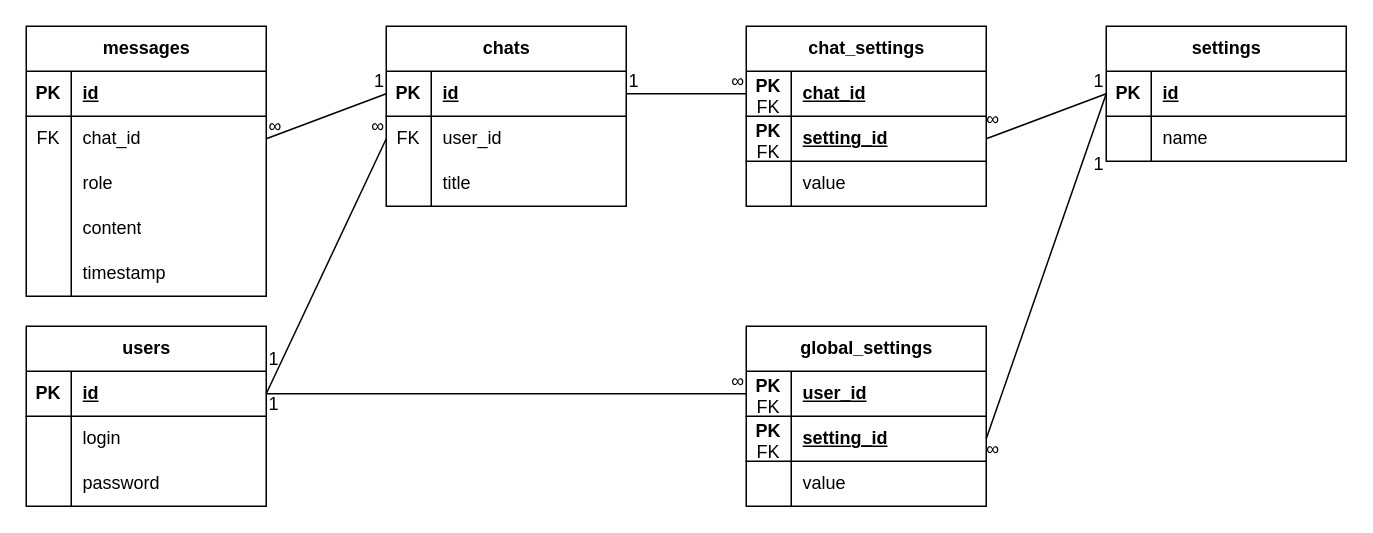
The draw.io diagram db.drawio in Wynneve/APIChat, before the edit. Source tidied: cells renumbered, new cells numbered last; positions are measured from the earlier drawing's top-left corner, leaving out a move shared by most shapes. Both pictures are drawn from the tidied source at 150%, with x=0, y=0 at pixel (26, 26).
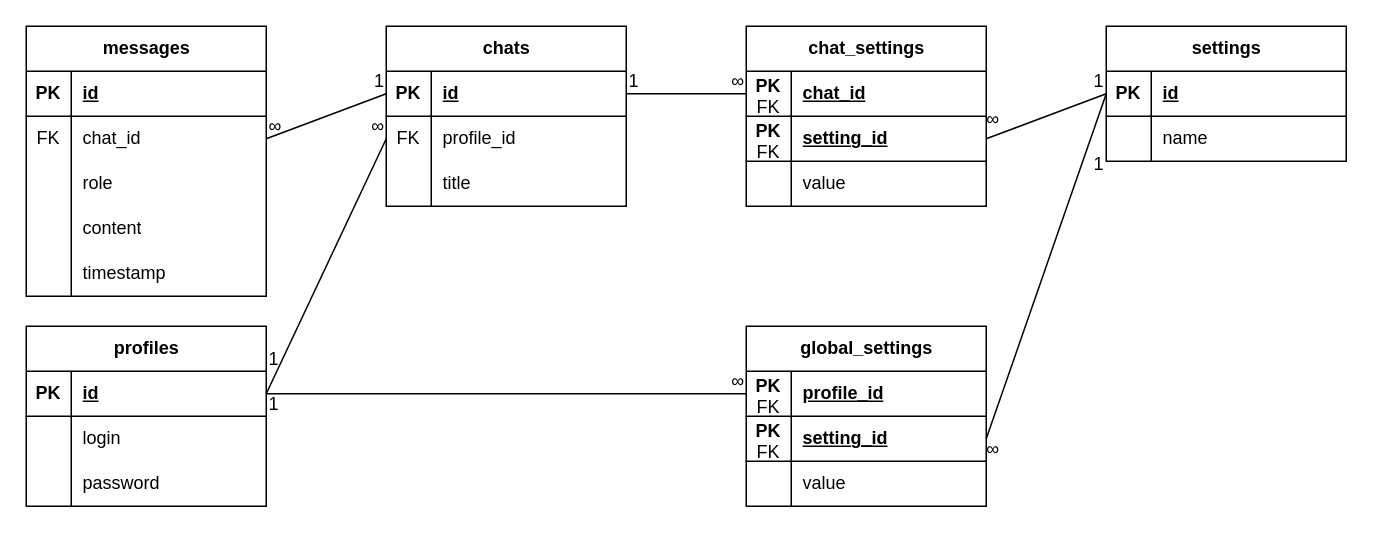
The same diagram, later.

Unchanged cells that the change refers to:
```xml
<mxCell id="20" style="shape=tableRow;horizontal=0;startSize=0;swimlaneHead=0;swimlaneBody=0;fillColor=none;points=[[0,0.5],[1,0.5]];portConstraint=eastwest;top=0;left=0;right=0;bottom=1;" parent="19" vertex="1">
  <mxGeometry y="30" width="160" height="30" as="geometry" />
</mxCell>
<mxCell id="52" style="shape=tableRow;horizontal=0;startSize=0;swimlaneHead=0;swimlaneBody=0;fillColor=none;points=[[0,0.5],[1,0.5]];portConstraint=eastwest;top=0;left=0;right=0;bottom=0;" parent="48" vertex="1">
  <mxGeometry y="60" width="160" height="30" as="geometry" />
</mxCell>
```

Diff of the diagram source:
```diff
@@
-    <mxCell id="2" value="users" style="shape=table;startSize=30;childLayout=tableLayout;rowLines=0;fontStyle=1;align=center;html=1;" parent="1" vertex="1">
+    <mxCell id="2" value="profiles" style="shape=table;startSize=30;childLayout=tableLayout;rowLines=0;fontStyle=1;align=center;html=1;" parent="1" vertex="1">
       <mxGeometry y="200" width="160" height="120" as="geometry" />
     </mxCell>
@@
-    <mxCell id="22" value="user_id" style="shape=partialRectangle;fillColor=none;top=0;left=0;bottom=0;right=0;align=left;spacingLeft=6;fontStyle=5;overflow=hidden;whiteSpace=wrap;html=1;" parent="20" vertex="1">
+    <mxCell id="22" value="profile_id" style="shape=partialRectangle;fillColor=none;top=0;left=0;bottom=0;right=0;align=left;spacingLeft=6;fontStyle=5;overflow=hidden;whiteSpace=wrap;html=1;" parent="20" vertex="1">
       <mxGeometry x="30" width="130" height="30" as="geometry" />
     </mxCell>
@@
-    <mxCell id="54" value="user_id" style="shape=partialRectangle;fillColor=none;top=0;left=0;bottom=0;right=0;align=left;spacingLeft=6;overflow=hidden;whiteSpace=wrap;html=1;" parent="52" vertex="1">
+    <mxCell id="54" value="profile_id" style="shape=partialRectangle;fillColor=none;top=0;left=0;bottom=0;right=0;align=left;spacingLeft=6;overflow=hidden;whiteSpace=wrap;html=1;" parent="52" vertex="1">
       <mxGeometry x="30" width="130" height="30" as="geometry" />
     </mxCell>
```
